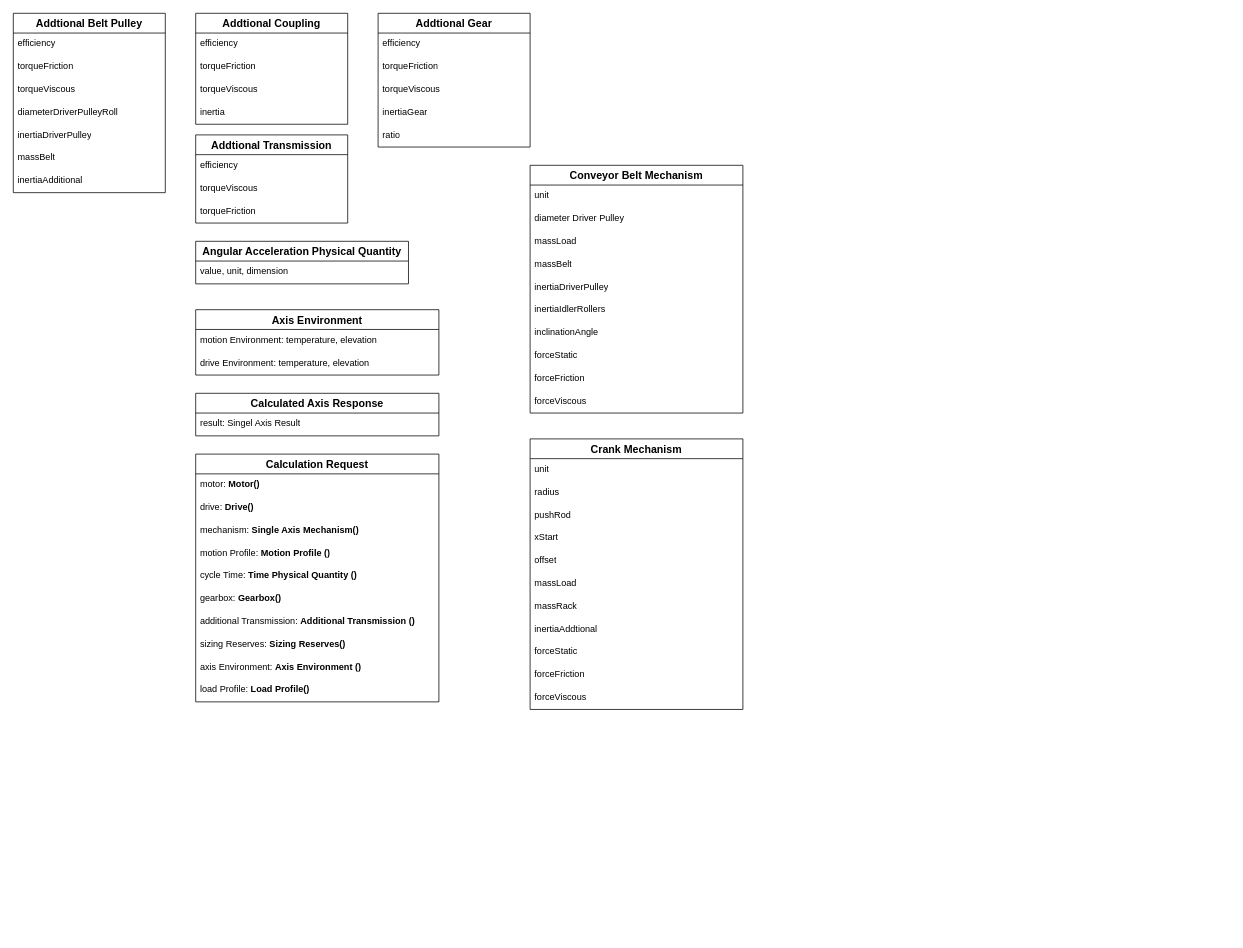
Earlier version of the draw.io diagram Motion_Sizing.drawio (RiemannLee19/UMLs). Source tidied: cells renumbered, new cells numbered last; positions are measured from the earlier drawing's top-left corner, leaving out a move shared by most shapes. Both pictures are drawn from the tidied source at 76%, with x=0, y=0 at pixel (13, 13).
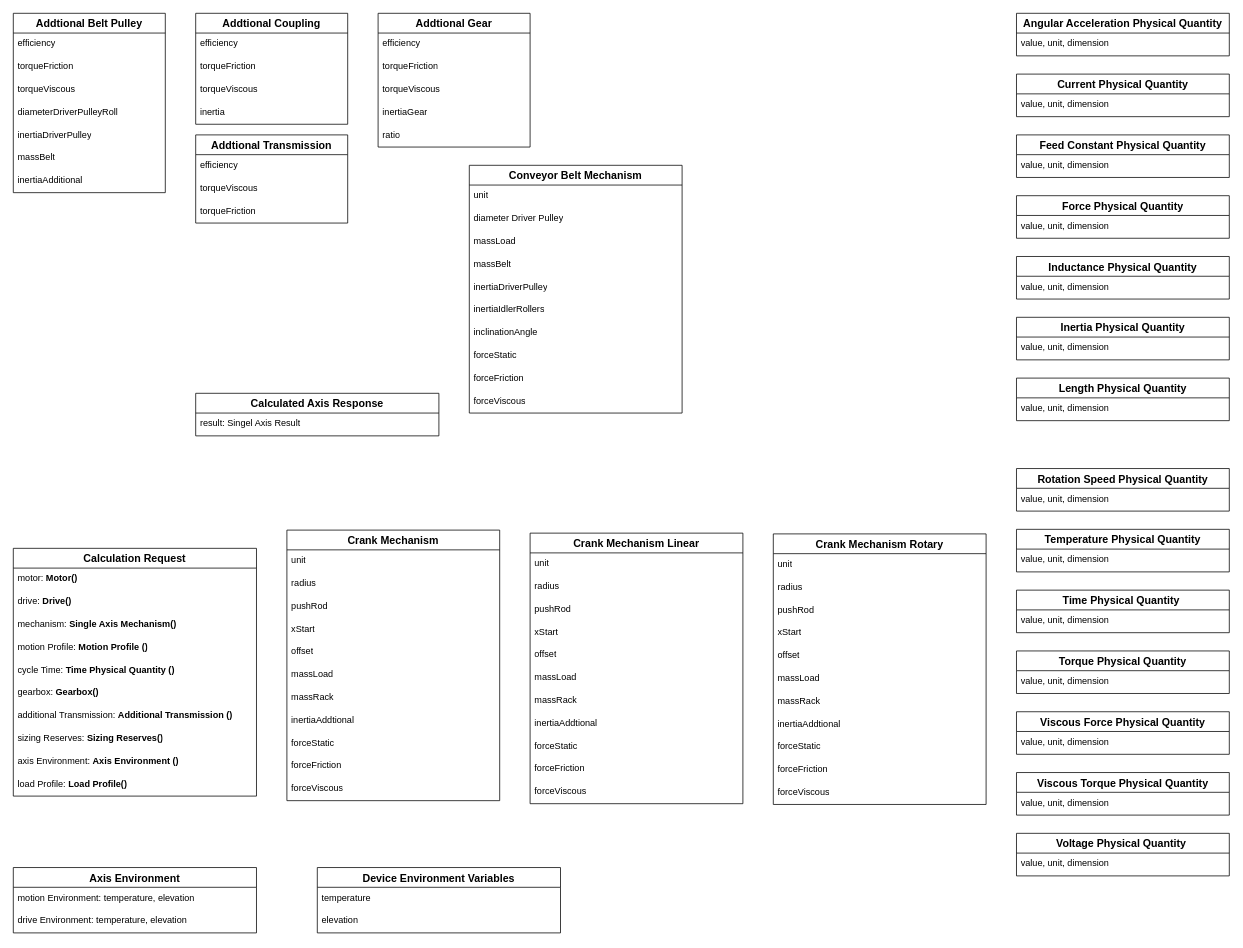
Above is the later version.

What changed in the source:
```diff
@@
     <mxCell id="25" value="Angular Acceleration Physical Quantity" style="swimlane;fontStyle=1;horizontal=1;startSize=26;align=center;fontSize=14;" parent="1" vertex="1">
-      <mxGeometry x="240" y="300" width="280" height="56" as="geometry" />
+      <mxGeometry x="1320" width="280" height="56" as="geometry" />
     </mxCell>
@@
     <mxCell id="27" value="Axis Environment" style="swimlane;fontStyle=1;horizontal=1;startSize=26;align=center;fontSize=14;" parent="1" vertex="1">
-      <mxGeometry x="240" y="390" width="320" height="86" as="geometry" />
+      <mxGeometry y="1124" width="320" height="86" as="geometry" />
     </mxCell>
@@
     <mxCell id="32" value="Calculation Request" style="swimlane;fontStyle=1;horizontal=1;startSize=26;align=center;fontSize=14;" parent="1" vertex="1">
-      <mxGeometry x="240" y="580" width="320" height="326" as="geometry" />
+      <mxGeometry y="704" width="320" height="326" as="geometry" />
     </mxCell>
@@
     <mxCell id="43" value="Conveyor Belt Mechanism" style="swimlane;fontStyle=1;horizontal=1;startSize=26;align=center;fontSize=14;" parent="1" vertex="1">
-      <mxGeometry x="680" y="200" width="280" height="326" as="geometry" />
+      <mxGeometry x="600" y="200" width="280" height="326" as="geometry" />
     </mxCell>
@@
     <mxCell id="54" value="Crank Mechanism" style="swimlane;fontStyle=1;horizontal=1;startSize=26;align=center;fontSize=14;" parent="1" vertex="1">
-      <mxGeometry x="680" y="560" width="280" height="356" as="geometry" />
+      <mxGeometry x="360" y="680" width="280" height="356" as="geometry" />
     </mxCell>
@@
+    <mxCell id="66" value="Crank Mechanism Linear" style="swimlane;fontStyle=1;horizontal=1;startSize=26;align=center;fontSize=14;" parent="1" vertex="1">
+      <mxGeometry x="680" y="684" width="280" height="356" as="geometry" />
+    </mxCell>
+    <mxCell id="67" value="unit&lt;span class=&quot;eusoft-eudic-chrome-extension-translate-content&quot;&gt;&lt;/span&gt;" style="text;strokeColor=none;fillColor=none;spacingLeft=4;spacingRight=4;overflow=hidden;fontSize=12;whiteSpace=wrap;html=1;" parent="66" vertex="1">
+      <mxGeometry y="26" width="280" height="30" as="geometry" />
+    </mxCell>
+    <mxCell id="68" value="radius&lt;span class=&quot;eusoft-eudic-chrome-extension-translate-content&quot;&gt;&lt;/span&gt;" style="text;strokeColor=none;fillColor=none;spacingLeft=4;spacingRight=4;overflow=hidden;fontSize=12;whiteSpace=wrap;html=1;" parent="66" vertex="1">
+      <mxGeometry y="56" width="280" height="30" as="geometry" />
+    </mxCell>
+    <mxCell id="69" value="pushRod&lt;span class=&quot;eusoft-eudic-chrome-extension-translate-content&quot;&gt;&lt;/span&gt;" style="text;strokeColor=none;fillColor=none;spacingLeft=4;spacingRight=4;overflow=hidden;fontSize=12;whiteSpace=wrap;html=1;" parent="66" vertex="1">
+      <mxGeometry y="86" width="280" height="30" as="geometry" />
+    </mxCell>
+    <mxCell id="70" value="xStart&lt;span class=&quot;eusoft-eudic-chrome-extension-translate-content&quot;&gt;&lt;/span&gt;" style="text;strokeColor=none;fillColor=none;spacingLeft=4;spacingRight=4;overflow=hidden;fontSize=12;whiteSpace=wrap;html=1;" parent="66" vertex="1">
+      <mxGeometry y="116" width="280" height="30" as="geometry" />
+    </mxCell>
+    <mxCell id="71" value="offset&lt;span class=&quot;eusoft-eudic-chrome-extension-translate-content&quot;&gt;&lt;/span&gt;" style="text;strokeColor=none;fillColor=none;spacingLeft=4;spacingRight=4;overflow=hidden;fontSize=12;whiteSpace=wrap;html=1;" parent="66" vertex="1">
+      <mxGeometry y="146" width="280" height="30" as="geometry" />
+    </mxCell>
+    <mxCell id="72" value="massLoad&lt;span class=&quot;eusoft-eudic-chrome-extension-translate-content&quot;&gt;&lt;/span&gt;" style="text;strokeColor=none;fillColor=none;spacingLeft=4;spacingRight=4;overflow=hidden;fontSize=12;whiteSpace=wrap;html=1;" parent="66" vertex="1">
+      <mxGeometry y="176" width="280" height="30" as="geometry" />
+    </mxCell>
+    <mxCell id="73" value="massRack&lt;span class=&quot;eusoft-eudic-chrome-extension-translate-content&quot;&gt;&lt;/span&gt;" style="text;strokeColor=none;fillColor=none;spacingLeft=4;spacingRight=4;overflow=hidden;fontSize=12;whiteSpace=wrap;html=1;" parent="66" vertex="1">
+      <mxGeometry y="206" width="280" height="30" as="geometry" />
+    </mxCell>
+    <mxCell id="74" value="inertiaAddtional&lt;span class=&quot;eusoft-eudic-chrome-extension-translate-content&quot;&gt;&lt;/span&gt;" style="text;strokeColor=none;fillColor=none;spacingLeft=4;spacingRight=4;overflow=hidden;fontSize=12;whiteSpace=wrap;html=1;" parent="66" vertex="1">
+      <mxGeometry y="236" width="280" height="30" as="geometry" />
+    </mxCell>
+    <mxCell id="75" value="forceStatic&lt;span class=&quot;eusoft-eudic-chrome-extension-translate-content&quot;&gt;&lt;/span&gt;" style="text;strokeColor=none;fillColor=none;spacingLeft=4;spacingRight=4;overflow=hidden;fontSize=12;whiteSpace=wrap;html=1;" parent="66" vertex="1">
+      <mxGeometry y="266" width="280" height="30" as="geometry" />
+    </mxCell>
+    <mxCell id="76" value="forceFriction&lt;span class=&quot;eusoft-eudic-chrome-extension-translate-content&quot;&gt;&lt;/span&gt;" style="text;strokeColor=none;fillColor=none;spacingLeft=4;spacingRight=4;overflow=hidden;fontSize=12;whiteSpace=wrap;html=1;" parent="66" vertex="1">
+      <mxGeometry y="296" width="280" height="30" as="geometry" />
+    </mxCell>
+    <mxCell id="77" value="forceViscous&lt;span class=&quot;eusoft-eudic-chrome-extension-translate-content&quot;&gt;&lt;/span&gt;" style="text;strokeColor=none;fillColor=none;spacingLeft=4;spacingRight=4;overflow=hidden;fontSize=12;whiteSpace=wrap;html=1;" parent="66" vertex="1">
+      <mxGeometry y="326" width="280" height="30" as="geometry" />
+    </mxCell>
+    <mxCell id="78" value="Crank Mechanism Rotary" style="swimlane;fontStyle=1;horizontal=1;startSize=26;align=center;fontSize=14;" parent="1" vertex="1">
+      <mxGeometry x="1000" y="685" width="280" height="356" as="geometry" />
+    </mxCell>
+    <mxCell id="79" value="unit&lt;span class=&quot;eusoft-eudic-chrome-extension-translate-content&quot;&gt;&lt;/span&gt;" style="text;strokeColor=none;fillColor=none;spacingLeft=4;spacingRight=4;overflow=hidden;fontSize=12;whiteSpace=wrap;html=1;" parent="78" vertex="1">
+      <mxGeometry y="26" width="280" height="30" as="geometry" />
+    </mxCell>
+    <mxCell id="80" value="radius&lt;span class=&quot;eusoft-eudic-chrome-extension-translate-content&quot;&gt;&lt;/span&gt;" style="text;strokeColor=none;fillColor=none;spacingLeft=4;spacingRight=4;overflow=hidden;fontSize=12;whiteSpace=wrap;html=1;" parent="78" vertex="1">
+      <mxGeometry y="56" width="280" height="30" as="geometry" />
+    </mxCell>
+    <mxCell id="81" value="pushRod&lt;span class=&quot;eusoft-eudic-chrome-extension-translate-content&quot;&gt;&lt;/span&gt;" style="text;strokeColor=none;fillColor=none;spacingLeft=4;spacingRight=4;overflow=hidden;fontSize=12;whiteSpace=wrap;html=1;" parent="78" vertex="1">
+      <mxGeometry y="86" width="280" height="30" as="geometry" />
+    </mxCell>
+    <mxCell id="82" value="xStart&lt;span class=&quot;eusoft-eudic-chrome-extension-translate-content&quot;&gt;&lt;/span&gt;" style="text;strokeColor=none;fillColor=none;spacingLeft=4;spacingRight=4;overflow=hidden;fontSize=12;whiteSpace=wrap;html=1;" parent="78" vertex="1">
+      <mxGeometry y="116" width="280" height="30" as="geometry" />
+    </mxCell>
+    <mxCell id="83" value="offset&lt;span class=&quot;eusoft-eudic-chrome-extension-translate-content&quot;&gt;&lt;/span&gt;" style="text;strokeColor=none;fillColor=none;spacingLeft=4;spacingRight=4;overflow=hidden;fontSize=12;whiteSpace=wrap;html=1;" parent="78" vertex="1">
+      <mxGeometry y="146" width="280" height="30" as="geometry" />
+    </mxCell>
+    <mxCell id="84" value="massLoad&lt;span class=&quot;eusoft-eudic-chrome-extension-translate-content&quot;&gt;&lt;/span&gt;" style="text;strokeColor=none;fillColor=none;spacingLeft=4;spacingRight=4;overflow=hidden;fontSize=12;whiteSpace=wrap;html=1;" parent="78" vertex="1">
+      <mxGeometry y="176" width="280" height="30" as="geometry" />
+    </mxCell>
+    <mxCell id="85" value="massRack&lt;span class=&quot;eusoft-eudic-chrome-extension-translate-content&quot;&gt;&lt;/span&gt;" style="text;strokeColor=none;fillColor=none;spacingLeft=4;spacingRight=4;overflow=hidden;fontSize=12;whiteSpace=wrap;html=1;" parent="78" vertex="1">
+      <mxGeometry y="206" width="280" height="30" as="geometry" />
+    </mxCell>
+    <mxCell id="86" value="inertiaAddtional&lt;span class=&quot;eusoft-eudic-chrome-extension-translate-content&quot;&gt;&lt;/span&gt;" style="text;strokeColor=none;fillColor=none;spacingLeft=4;spacingRight=4;overflow=hidden;fontSize=12;whiteSpace=wrap;html=1;" parent="78" vertex="1">
+      <mxGeometry y="236" width="280" height="30" as="geometry" />
+    </mxCell>
+    <mxCell id="87" value="forceStatic&lt;span class=&quot;eusoft-eudic-chrome-extension-translate-content&quot;&gt;&lt;/span&gt;" style="text;strokeColor=none;fillColor=none;spacingLeft=4;spacingRight=4;overflow=hidden;fontSize=12;whiteSpace=wrap;html=1;" parent="78" vertex="1">
+      <mxGeometry y="266" width="280" height="30" as="geometry" />
+    </mxCell>
+    <mxCell id="88" value="forceFriction&lt;span class=&quot;eusoft-eudic-chrome-extension-translate-content&quot;&gt;&lt;/span&gt;" style="text;strokeColor=none;fillColor=none;spacingLeft=4;spacingRight=4;overflow=hidden;fontSize=12;whiteSpace=wrap;html=1;" parent="78" vertex="1">
+      <mxGeometry y="296" width="280" height="30" as="geometry" />
+    </mxCell>
+    <mxCell id="89" value="forceViscous&lt;span class=&quot;eusoft-eudic-chrome-extension-translate-content&quot;&gt;&lt;/span&gt;" style="text;strokeColor=none;fillColor=none;spacingLeft=4;spacingRight=4;overflow=hidden;fontSize=12;whiteSpace=wrap;html=1;" parent="78" vertex="1">
+      <mxGeometry y="326" width="280" height="30" as="geometry" />
+    </mxCell>
+    <mxCell id="90" value="Current Physical Quantity" style="swimlane;fontStyle=1;horizontal=1;startSize=26;align=center;fontSize=14;" parent="1" vertex="1">
+      <mxGeometry x="1320" y="80" width="280" height="56" as="geometry" />
+    </mxCell>
+    <mxCell id="91" value="value, unit, dimension&lt;span class=&quot;eusoft-eudic-chrome-extension-translate-content&quot;&gt;&lt;/span&gt;" style="text;strokeColor=none;fillColor=none;spacingLeft=4;spacingRight=4;overflow=hidden;fontSize=12;whiteSpace=wrap;html=1;" parent="90" vertex="1">
+      <mxGeometry y="26" width="280" height="30" as="geometry" />
+    </mxCell>
+    <mxCell id="92" value="Device Environment Variables" style="swimlane;fontStyle=1;horizontal=1;startSize=26;align=center;fontSize=14;" parent="1" vertex="1">
+      <mxGeometry x="400" y="1124" width="320" height="86" as="geometry" />
+    </mxCell>
+    <mxCell id="93" value="temperature&lt;span class=&quot;eusoft-eudic-chrome-extension-translate-content&quot;&gt;&lt;/span&gt;" style="text;strokeColor=none;fillColor=none;spacingLeft=4;spacingRight=4;overflow=hidden;fontSize=12;whiteSpace=wrap;html=1;" parent="92" vertex="1">
+      <mxGeometry y="26" width="320" height="30" as="geometry" />
+    </mxCell>
+    <mxCell id="94" value="elevation" style="text;strokeColor=none;fillColor=none;spacingLeft=4;spacingRight=4;overflow=hidden;fontSize=12;whiteSpace=wrap;html=1;" parent="92" vertex="1">
+      <mxGeometry y="56" width="320" height="30" as="geometry" />
+    </mxCell>
+    <mxCell id="95" value="Voltage Physical Quantity " style="swimlane;fontStyle=1;horizontal=1;startSize=26;align=center;fontSize=14;" parent="1" vertex="1">
+      <mxGeometry x="1320" y="1079" width="280" height="56" as="geometry" />
+    </mxCell>
+    <mxCell id="96" value="value, unit, dimension&lt;span class=&quot;eusoft-eudic-chrome-extension-translate-content&quot;&gt;&lt;/span&gt;" style="text;strokeColor=none;fillColor=none;spacingLeft=4;spacingRight=4;overflow=hidden;fontSize=12;whiteSpace=wrap;html=1;" parent="95" vertex="1">
+      <mxGeometry y="26" width="280" height="30" as="geometry" />
+    </mxCell>
+    <mxCell id="97" value="Torque Physical Quantity" style="swimlane;fontStyle=1;horizontal=1;startSize=26;align=center;fontSize=14;" parent="1" vertex="1">
+      <mxGeometry x="1320" y="839" width="280" height="56" as="geometry" />
+    </mxCell>
+    <mxCell id="98" value="value, unit, dimension&lt;span class=&quot;eusoft-eudic-chrome-extension-translate-content&quot;&gt;&lt;/span&gt;" style="text;strokeColor=none;fillColor=none;spacingLeft=4;spacingRight=4;overflow=hidden;fontSize=12;whiteSpace=wrap;html=1;" parent="97" vertex="1">
+      <mxGeometry y="26" width="280" height="30" as="geometry" />
+    </mxCell>
+    <mxCell id="99" value="Viscous Force Physical Quantity" style="swimlane;fontStyle=1;horizontal=1;startSize=26;align=center;fontSize=14;" parent="1" vertex="1">
+      <mxGeometry x="1320" y="919" width="280" height="56" as="geometry" />
+    </mxCell>
+    <mxCell id="100" value="value, unit, dimension&lt;span class=&quot;eusoft-eudic-chrome-extension-translate-content&quot;&gt;&lt;/span&gt;" style="text;strokeColor=none;fillColor=none;spacingLeft=4;spacingRight=4;overflow=hidden;fontSize=12;whiteSpace=wrap;html=1;" parent="99" vertex="1">
+      <mxGeometry y="26" width="280" height="30" as="geometry" />
+    </mxCell>
+    <mxCell id="101" value="Viscous Torque Physical Quantity" style="swimlane;fontStyle=1;horizontal=1;startSize=26;align=center;fontSize=14;" parent="1" vertex="1">
+      <mxGeometry x="1320" y="999" width="280" height="56" as="geometry" />
+    </mxCell>
+    <mxCell id="102" value="value, unit, dimension&lt;span class=&quot;eusoft-eudic-chrome-extension-translate-content&quot;&gt;&lt;/span&gt;" style="text;strokeColor=none;fillColor=none;spacingLeft=4;spacingRight=4;overflow=hidden;fontSize=12;whiteSpace=wrap;html=1;" parent="101" vertex="1">
+      <mxGeometry y="26" width="280" height="30" as="geometry" />
+    </mxCell>
+    <mxCell id="103" value="Time Physical Quantity " style="swimlane;fontStyle=1;horizontal=1;startSize=26;align=center;fontSize=14;" parent="1" vertex="1">
+      <mxGeometry x="1320" y="759" width="280" height="56" as="geometry" />
+    </mxCell>
+    <mxCell id="104" value="value, unit, dimension&lt;span class=&quot;eusoft-eudic-chrome-extension-translate-content&quot;&gt;&lt;/span&gt;" style="text;strokeColor=none;fillColor=none;spacingLeft=4;spacingRight=4;overflow=hidden;fontSize=12;whiteSpace=wrap;html=1;" parent="103" vertex="1">
+      <mxGeometry y="26" width="280" height="30" as="geometry" />
+    </mxCell>
+    <mxCell id="105" value="Temperature Physical Quantity" style="swimlane;fontStyle=1;horizontal=1;startSize=26;align=center;fontSize=14;" parent="1" vertex="1">
+      <mxGeometry x="1320" y="679" width="280" height="56" as="geometry" />
+    </mxCell>
+    <mxCell id="106" value="value, unit, dimension&lt;span class=&quot;eusoft-eudic-chrome-extension-translate-content&quot;&gt;&lt;/span&gt;" style="text;strokeColor=none;fillColor=none;spacingLeft=4;spacingRight=4;overflow=hidden;fontSize=12;whiteSpace=wrap;html=1;" parent="105" vertex="1">
+      <mxGeometry y="26" width="280" height="30" as="geometry" />
+    </mxCell>
+    <mxCell id="107" value="Rotation Speed Physical Quantity" style="swimlane;fontStyle=1;horizontal=1;startSize=26;align=center;fontSize=14;" parent="1" vertex="1">
+      <mxGeometry x="1320" y="599" width="280" height="56" as="geometry" />
+    </mxCell>
+    <mxCell id="108" value="value, unit, dimension&lt;span class=&quot;eusoft-eudic-chrome-extension-translate-content&quot;&gt;&lt;/span&gt;" style="text;strokeColor=none;fillColor=none;spacingLeft=4;spacingRight=4;overflow=hidden;fontSize=12;whiteSpace=wrap;html=1;" parent="107" vertex="1">
+      <mxGeometry y="26" width="280" height="30" as="geometry" />
+    </mxCell>
+    <mxCell id="109" value="Feed Constant Physical Quantity" style="swimlane;fontStyle=1;horizontal=1;startSize=26;align=center;fontSize=14;" parent="1" vertex="1">
+      <mxGeometry x="1320" y="160" width="280" height="56" as="geometry" />
+    </mxCell>
+    <mxCell id="110" value="value, unit, dimension&lt;span class=&quot;eusoft-eudic-chrome-extension-translate-content&quot;&gt;&lt;/span&gt;" style="text;strokeColor=none;fillColor=none;spacingLeft=4;spacingRight=4;overflow=hidden;fontSize=12;whiteSpace=wrap;html=1;" parent="109" vertex="1">
+      <mxGeometry y="26" width="280" height="30" as="geometry" />
+    </mxCell>
+    <mxCell id="111" value="Force Physical Quantity" style="swimlane;fontStyle=1;horizontal=1;startSize=26;align=center;fontSize=14;" parent="1" vertex="1">
+      <mxGeometry x="1320" y="240" width="280" height="56" as="geometry" />
+    </mxCell>
+    <mxCell id="112" value="value, unit, dimension&lt;span class=&quot;eusoft-eudic-chrome-extension-translate-content&quot;&gt;&lt;/span&gt;" style="text;strokeColor=none;fillColor=none;spacingLeft=4;spacingRight=4;overflow=hidden;fontSize=12;whiteSpace=wrap;html=1;" parent="111" vertex="1">
+      <mxGeometry y="26" width="280" height="30" as="geometry" />
+    </mxCell>
+    <mxCell id="113" value="Inductance Physical Quantity" style="swimlane;fontStyle=1;horizontal=1;startSize=26;align=center;fontSize=14;" parent="1" vertex="1">
+      <mxGeometry x="1320" y="320" width="280" height="56" as="geometry" />
+    </mxCell>
+    <mxCell id="114" value="value, unit, dimension&lt;span class=&quot;eusoft-eudic-chrome-extension-translate-content&quot;&gt;&lt;/span&gt;" style="text;strokeColor=none;fillColor=none;spacingLeft=4;spacingRight=4;overflow=hidden;fontSize=12;whiteSpace=wrap;html=1;" parent="113" vertex="1">
+      <mxGeometry y="26" width="280" height="30" as="geometry" />
+    </mxCell>
+    <mxCell id="115" value="Inertia Physical Quantity" style="swimlane;fontStyle=1;horizontal=1;startSize=26;align=center;fontSize=14;" parent="1" vertex="1">
+      <mxGeometry x="1320" y="400" width="280" height="56" as="geometry" />
+    </mxCell>
+    <mxCell id="116" value="value, unit, dimension&lt;span class=&quot;eusoft-eudic-chrome-extension-translate-content&quot;&gt;&lt;/span&gt;" style="text;strokeColor=none;fillColor=none;spacingLeft=4;spacingRight=4;overflow=hidden;fontSize=12;whiteSpace=wrap;html=1;" parent="115" vertex="1">
+      <mxGeometry y="26" width="280" height="30" as="geometry" />
+    </mxCell>
+    <mxCell id="117" value="Length Physical Quantity" style="swimlane;fontStyle=1;horizontal=1;startSize=26;align=center;fontSize=14;" parent="1" vertex="1">
+      <mxGeometry x="1320" y="480" width="280" height="56" as="geometry" />
+    </mxCell>
+    <mxCell id="118" value="value, unit, dimension&lt;span class=&quot;eusoft-eudic-chrome-extension-translate-content&quot;&gt;&lt;/span&gt;" style="text;strokeColor=none;fillColor=none;spacingLeft=4;spacingRight=4;overflow=hidden;fontSize=12;whiteSpace=wrap;html=1;" parent="117" vertex="1">
+      <mxGeometry y="26" width="280" height="30" as="geometry" />
+    </mxCell>
```
